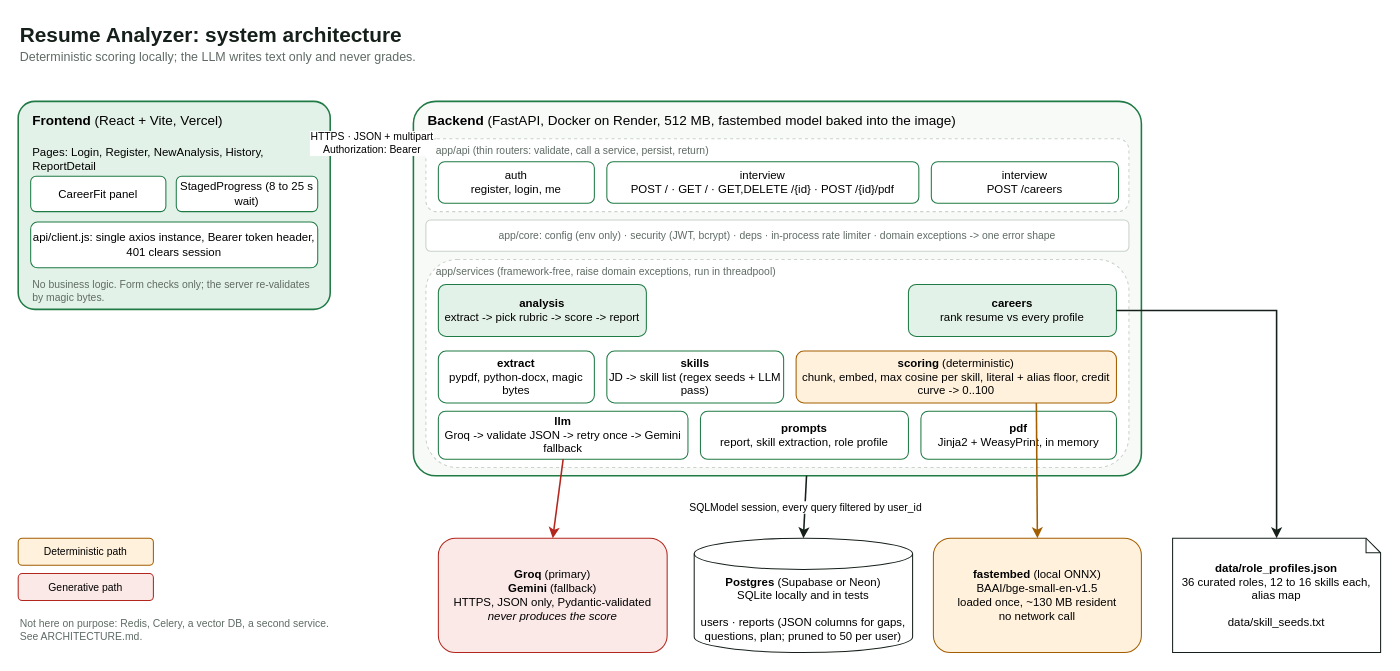
This is page "System" (1 of 2) of docs/architecture.drawio from ahmadkhanraj01/resume-analyzer, a draw.io file, before an edit. Source tidied: cells renumbered, new cells numbered last; positions are measured from the earlier drawing's top-left corner, leaving out a move shared by most shapes. Both pictures are drawn from the tidied source at 104%, with x=0, y=0 at pixel (18, 18).
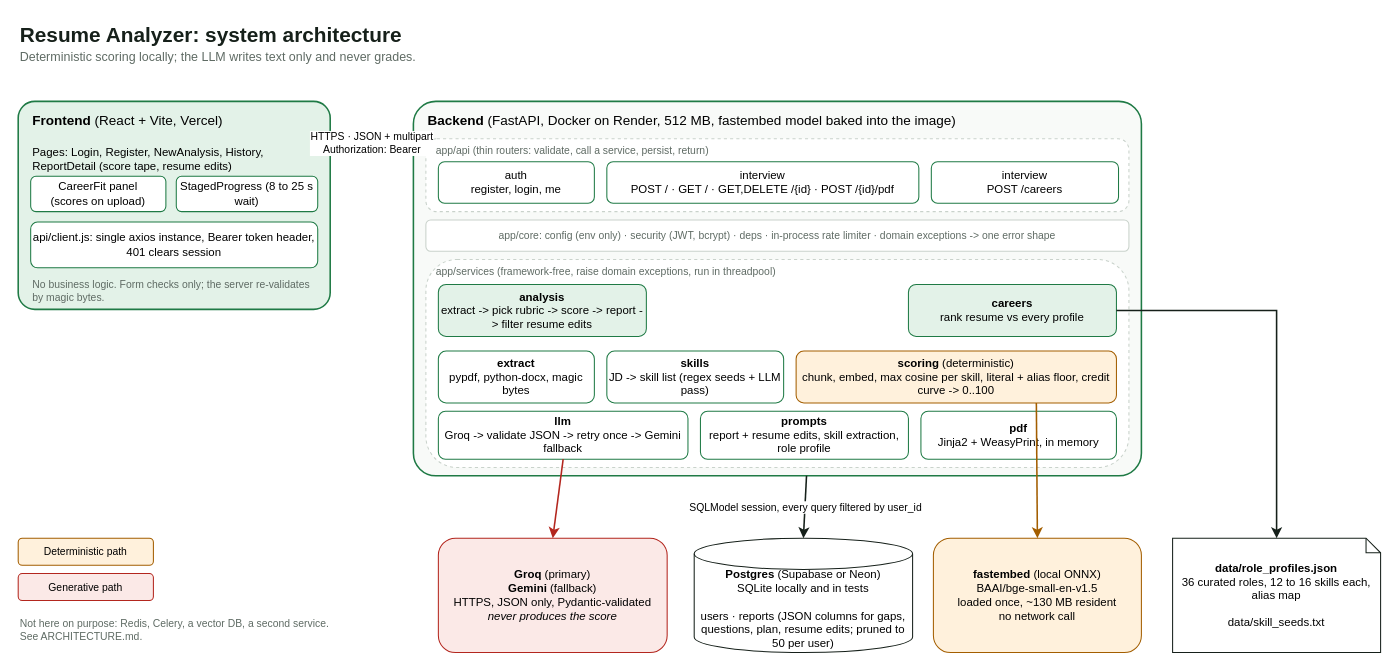
The same diagram, later.

What changed in the source:
```diff
@@
-    <mxCell id="6" value="Pages: Login, Register, NewAnalysis, History, ReportDetail" style="text;html=1;align=left;verticalAlign=top;fontSize=11;whiteSpace=wrap;" parent="1" vertex="1">
+    <mxCell id="6" value="Pages: Login, Register, NewAnalysis, History, ReportDetail (score tape, resume edits)" style="text;html=1;align=left;verticalAlign=top;fontSize=11;whiteSpace=wrap;" parent="1" vertex="1">
       <mxGeometry x="12" y="116" width="276" height="30" as="geometry" />
     </mxCell>
-    <mxCell id="7" value="CareerFit panel" style="rounded=1;whiteSpace=wrap;html=1;fillColor=#FFFFFF;strokeColor=#1F7A45;fontSize=11;" parent="1" vertex="1">
+    <mxCell id="7" value="CareerFit panel&lt;br&gt;(scores on upload)" style="rounded=1;whiteSpace=wrap;html=1;fillColor=#FFFFFF;strokeColor=#1F7A45;fontSize=11;" parent="1" vertex="1">
       <mxGeometry x="12" y="152" width="130" height="34" as="geometry" />
     </mxCell>
@@
-    <mxCell id="21" value="&lt;b&gt;analysis&lt;/b&gt;&lt;br&gt;extract -&gt; pick rubric -&gt; score -&gt; report" style="rounded=1;whiteSpace=wrap;html=1;fillColor=#E3F2E8;strokeColor=#1F7A45;fontSize=11;" parent="1" vertex="1">
+    <mxCell id="21" value="&lt;b&gt;analysis&lt;/b&gt;&lt;br&gt;extract -&gt; pick rubric -&gt; score -&gt; report -&gt; filter resume edits" style="rounded=1;whiteSpace=wrap;html=1;fillColor=#E3F2E8;strokeColor=#1F7A45;fontSize=11;" parent="1" vertex="1">
       <mxGeometry x="404" y="256" width="200" height="50" as="geometry" />
     </mxCell>
@@
-    <mxCell id="27" value="&lt;b&gt;prompts&lt;/b&gt;&lt;br&gt;report, skill extraction, role profile" style="rounded=1;whiteSpace=wrap;html=1;fillColor=#FFFFFF;strokeColor=#1F7A45;fontSize=11;" parent="1" vertex="1">
+    <mxCell id="27" value="&lt;b&gt;prompts&lt;/b&gt;&lt;br&gt;report + resume edits, skill extraction, role profile" style="rounded=1;whiteSpace=wrap;html=1;fillColor=#FFFFFF;strokeColor=#1F7A45;fontSize=11;" parent="1" vertex="1">
       <mxGeometry x="656" y="378" width="200" height="46" as="geometry" />
     </mxCell>
@@
-    <mxCell id="29" value="&lt;b&gt;Postgres&lt;/b&gt; (Supabase or Neon)&lt;br&gt;SQLite locally and in tests&lt;br&gt;&lt;br&gt;users · reports (JSON columns for gaps, questions, plan; pruned to 50 per user)" style="shape=cylinder3;whiteSpace=wrap;html=1;boundedLbl=1;backgroundOutline=1;size=15;fillColor=#FFFFFF;strokeColor=#16201A;fontSize=11;" parent="1" vertex="1">
+    <mxCell id="29" value="&lt;b&gt;Postgres&lt;/b&gt; (Supabase or Neon)&lt;br&gt;SQLite locally and in tests&lt;br&gt;&lt;br&gt;users · reports (JSON columns for gaps, questions, plan, resume edits; pruned to 50 per user)" style="shape=cylinder3;whiteSpace=wrap;html=1;boundedLbl=1;backgroundOutline=1;size=15;fillColor=#FFFFFF;strokeColor=#16201A;fontSize=11;" parent="1" vertex="1">
       <mxGeometry x="650" y="500" width="210" height="110" as="geometry" />
     </mxCell>
```
